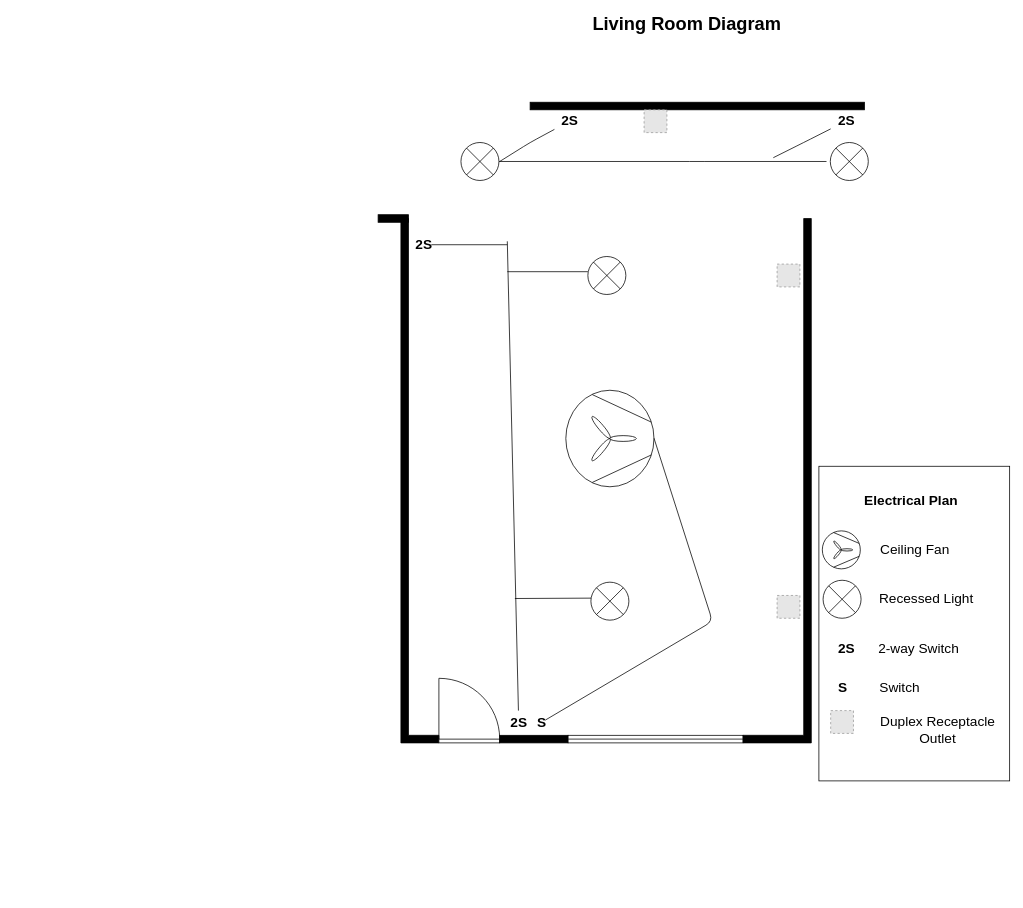
This is FL_FLOORPLAN.drawio from thyngontran/test, a draw.io file, before an edit. Source tidied: cells renumbered, new cells numbered last; positions are measured from the earlier drawing's top-left corner, leaving out a move shared by most shapes. Both pictures are drawn from the tidied source at 76%, with x=0, y=0 at pixel (378, 13). Pictures stored in the file or linked from it are replaced by grey dashed boxes.
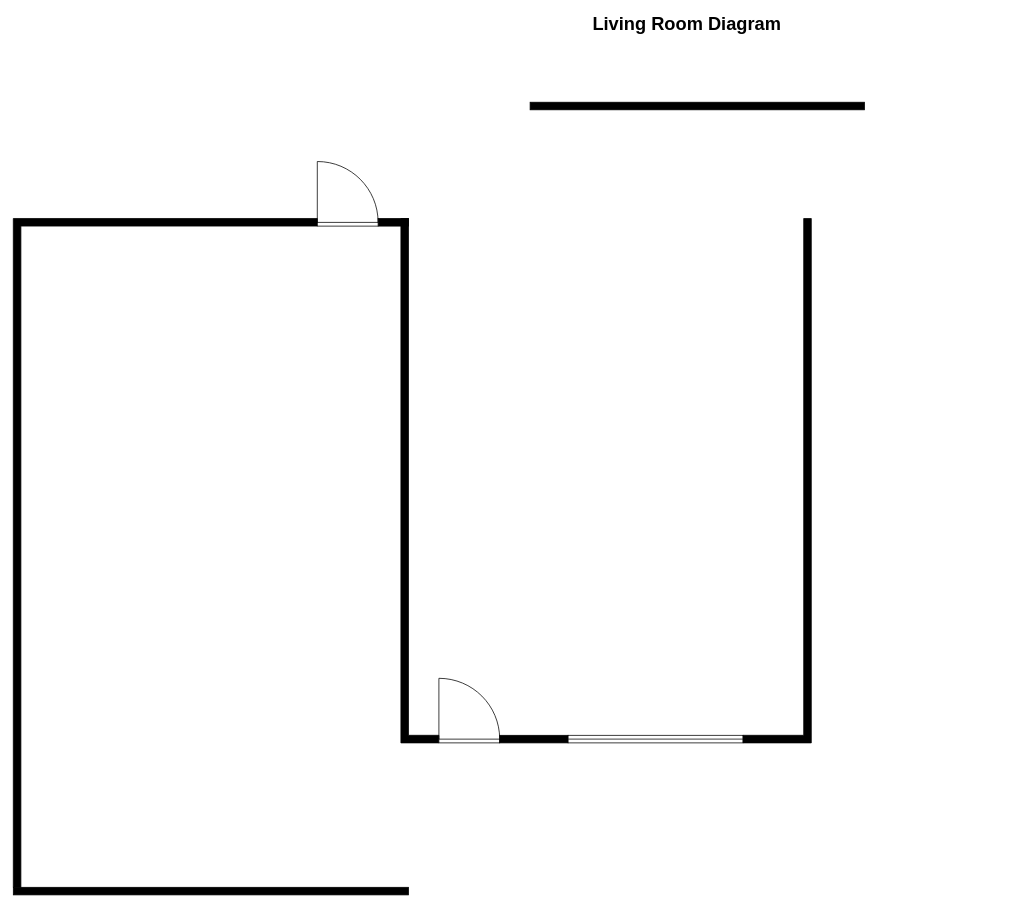
The same page after the edit.

The edit, as a diff of the source:
```diff
@@
-    <mxCell id="2" style="whiteSpace=wrap;html=1;fontSize=15;" parent="1" vertex="1">
-      <mxGeometry x="580" y="596" width="251" height="414" as="geometry" />
-    </mxCell>
@@
     <mxCell id="8" style="verticalLabelPosition=bottom;html=1;verticalAlign=top;align=center;shape=mxgraph.floorplan.wall;fillColor=#000000;" parent="1" vertex="1">
-      <mxGeometry y="265" width="40" height="10" as="geometry" />
+      <mxGeometry y="270" width="40" height="10" as="geometry" />
     </mxCell>
@@
-    <mxCell id="10" style="verticalLabelPosition=bottom;align=center;dashed=0;html=1;verticalAlign=top;shape=mxgraph.pid2misc.fan;fanType=common;" parent="1" vertex="1">
-      <mxGeometry x="247" y="496" width="116" height="127" as="geometry" />
-    </mxCell>
@@
-    <mxCell id="12" value="&lt;b style=&quot;font-size: 18px;&quot;&gt;&lt;font style=&quot;font-size: 18px;&quot;&gt;Electrical Plan&lt;br style=&quot;font-size: 18px;&quot;&gt;&lt;/font&gt;&lt;/b&gt;" style="text;html=1;align=center;verticalAlign=middle;fillColor=none;strokeColor=none;rounded=0;fontSize=18;" parent="1" vertex="1">
-      <mxGeometry x="610.5" y="626" width="180" height="30" as="geometry" />
-    </mxCell>
-    <mxCell id="13" value="&lt;span style=&quot;font-size: 18px&quot;&gt;&lt;font style=&quot;font-size: 18px&quot;&gt;Ceiling Fan&lt;br style=&quot;font-size: 18px&quot;&gt;&lt;/font&gt;&lt;/span&gt;" style="text;html=1;align=center;verticalAlign=middle;fillColor=none;strokeColor=none;rounded=0;fontSize=18;fontStyle=0;" parent="1" vertex="1">
-      <mxGeometry x="650.5" y="691" width="110" height="30" as="geometry" />
-    </mxCell>
-    <mxCell id="14" style="verticalLabelPosition=bottom;align=center;dashed=0;html=1;verticalAlign=top;shape=mxgraph.pid2misc.fan;fanType=common;" parent="1" vertex="1">
-      <mxGeometry x="584.5" y="681" width="50" height="50" as="geometry" />
-    </mxCell>
-    <mxCell id="15" value="&lt;span style=&quot;font-size: 18px&quot;&gt;&lt;font style=&quot;font-size: 18px&quot;&gt;Recessed Light&lt;br style=&quot;font-size: 18px&quot;&gt;&lt;/font&gt;&lt;/span&gt;" style="text;html=1;align=center;verticalAlign=middle;fillColor=none;strokeColor=none;rounded=0;fontSize=18;fontStyle=0;" parent="1" vertex="1">
-      <mxGeometry x="650.5" y="756" width="140" height="30" as="geometry" />
-    </mxCell>
-    <mxCell id="16" value="&lt;span style=&quot;font-size: 18px&quot;&gt;&lt;font style=&quot;font-size: 18px&quot;&gt;2-way Switch&lt;br style=&quot;font-size: 18px&quot;&gt;&lt;/font&gt;&lt;/span&gt;" style="text;html=1;align=center;verticalAlign=middle;fillColor=none;strokeColor=none;rounded=0;fontSize=18;fontStyle=0;" parent="1" vertex="1">
-      <mxGeometry x="650.5" y="821" width="120" height="30" as="geometry" />
-    </mxCell>
-    <mxCell id="17" value="&lt;span style=&quot;font-size: 18px&quot;&gt;&lt;font style=&quot;font-size: 18px&quot;&gt;Switch&lt;br style=&quot;font-size: 18px&quot;&gt;&lt;/font&gt;&lt;/span&gt;" style="text;html=1;align=center;verticalAlign=middle;fillColor=none;strokeColor=none;rounded=0;fontSize=18;fontStyle=0;" parent="1" vertex="1">
-      <mxGeometry x="650.5" y="873" width="70" height="30" as="geometry" />
-    </mxCell>
-    <mxCell id="18" style="verticalLabelPosition=bottom;shadow=0;dashed=0;align=center;fillColor=#ffffff;html=1;verticalAlign=top;strokeWidth=1;shape=mxgraph.electrical.abstract.multiplier;fontSize=18;" parent="1" vertex="1">
-      <mxGeometry x="109" y="170" width="50" height="50" as="geometry" />
-    </mxCell>
-    <mxCell id="19" style="verticalLabelPosition=bottom;shadow=0;dashed=0;align=center;fillColor=#ffffff;html=1;verticalAlign=top;strokeWidth=1;shape=mxgraph.electrical.abstract.multiplier;fontSize=18;" parent="1" vertex="1">
-      <mxGeometry x="595" y="170" width="50" height="50" as="geometry" />
-    </mxCell>
-    <mxCell id="20" value="&lt;span style=&quot;font-size: 18px&quot;&gt;&lt;font style=&quot;font-size: 18px&quot;&gt;Duplex Receptacle&lt;br&gt;Outlet&lt;br style=&quot;font-size: 18px&quot;&gt;&lt;/font&gt;&lt;/span&gt;" style="text;html=1;align=center;verticalAlign=middle;fillColor=none;strokeColor=none;rounded=0;fontSize=18;fontStyle=0;" parent="1" vertex="1">
-      <mxGeometry x="650.5" y="917.5" width="170" height="50" as="geometry" />
-    </mxCell>
-    <mxCell id="21" style="verticalLabelPosition=bottom;shadow=0;dashed=0;align=center;fillColor=#ffffff;html=1;verticalAlign=top;strokeWidth=1;shape=mxgraph.electrical.abstract.multiplier;fontSize=18;" parent="1" vertex="1">
-      <mxGeometry x="585.5" y="746" width="50" height="50" as="geometry" />
-    </mxCell>
-    <mxCell id="22" value="&lt;span style=&quot;font-size: 18px&quot;&gt;&lt;font style=&quot;font-size: 18px&quot;&gt;&lt;b&gt;S&lt;/b&gt;&lt;br style=&quot;font-size: 18px&quot;&gt;&lt;/font&gt;&lt;/span&gt;" style="text;html=1;align=center;verticalAlign=middle;fillColor=none;strokeColor=none;rounded=0;fontSize=18;fontStyle=0;" parent="1" vertex="1">
-      <mxGeometry x="595.5" y="873" width="30" height="30" as="geometry" />
-    </mxCell>
-    <mxCell id="23" value="&lt;span style=&quot;font-size: 18px&quot;&gt;&lt;font style=&quot;font-size: 18px&quot;&gt;&lt;b&gt;2S&lt;/b&gt;&lt;br style=&quot;font-size: 18px&quot;&gt;&lt;/font&gt;&lt;/span&gt;" style="text;html=1;align=center;verticalAlign=middle;points=[];fillColor=none;strokeColor=none;rounded=0;fontSize=18;fontStyle=0;" parent="1" vertex="1">
-      <mxGeometry x="232" y="127" width="40" height="30" as="geometry" />
-    </mxCell>
-    <mxCell id="24" value="&lt;span style=&quot;font-size: 18px&quot;&gt;&lt;font style=&quot;font-size: 18px&quot;&gt;&lt;b&gt;2S&lt;/b&gt;&lt;br style=&quot;font-size: 18px&quot;&gt;&lt;/font&gt;&lt;/span&gt;" style="text;html=1;align=center;verticalAlign=middle;fillColor=none;strokeColor=none;rounded=0;fontSize=18;fontStyle=0;" parent="1" vertex="1">
-      <mxGeometry x="40" y="290" width="40" height="30" as="geometry" />
-    </mxCell>
-    <mxCell id="25" style="endArrow=none;html=1;strokeColor=#000000;strokeWidth=1;fontSize=15;" parent="1" edge="1">
-      <mxGeometry relative="1" as="geometry">
-        <mxPoint x="180" y="770" as="sourcePoint" />
-        <mxPoint x="285" y="769.5" as="targetPoint" />
-      </mxGeometry>
-    </mxCell>
-    <mxCell id="26" style="endArrow=none;html=1;strokeColor=#000000;strokeWidth=1;fontSize=15;" parent="1" edge="1" source="23">
-      <mxGeometry relative="1" as="geometry">
-        <mxPoint x="160" y="195" as="targetPoint" />
-        <Array as="points">
-          <mxPoint x="200" y="170" />
-        </Array>
-      </mxGeometry>
-    </mxCell>
-    <mxCell id="27" style="endArrow=none;html=1;strokeColor=#000000;strokeWidth=1;fontSize=15;entryX=1;entryY=0.5;entryDx=0;entryDy=0;entryPerimeter=0;" parent="1" edge="1" target="18">
-      <mxGeometry relative="1" as="geometry">
-        <mxPoint x="590" y="195" as="sourcePoint" />
-        <Array as="points">
-          <mxPoint x="420" y="195" />
-        </Array>
-      </mxGeometry>
-    </mxCell>
-    <mxCell id="28" style="fillColor=#E6E6E6;strokeColor=#999999;dashed=1;html=1;verticalAlign=top;verticalLabelPosition=bottom;labelBackgroundColor=#ffffff;fontSize=15;" parent="1" vertex="1">
-      <mxGeometry x="350" y="127" width="30" height="30" as="geometry" />
-    </mxCell>
-    <mxCell id="29" style="fillColor=#E6E6E6;strokeColor=#999999;dashed=1;html=1;verticalAlign=top;verticalLabelPosition=bottom;labelBackgroundColor=#ffffff;fontSize=15;" parent="1" vertex="1">
-      <mxGeometry x="595.5" y="917.5" width="30" height="30" as="geometry" />
-    </mxCell>
-    <mxCell id="30" style="verticalLabelPosition=bottom;shadow=0;dashed=0;align=center;fillColor=#ffffff;html=1;verticalAlign=top;strokeWidth=1;shape=mxgraph.electrical.abstract.multiplier;fontSize=18;" parent="1" vertex="1">
-      <mxGeometry x="276" y="320" width="50" height="50" as="geometry" />
-    </mxCell>
-    <mxCell id="31" style="verticalLabelPosition=bottom;shadow=0;dashed=0;align=center;fillColor=#ffffff;html=1;verticalAlign=top;strokeWidth=1;shape=mxgraph.electrical.abstract.multiplier;fontSize=18;" parent="1" vertex="1">
-      <mxGeometry x="280" y="748.5" width="50" height="50" as="geometry" />
-    </mxCell>
-    <mxCell id="32" value="&lt;span style=&quot;font-size: 18px&quot;&gt;&lt;font style=&quot;font-size: 18px&quot;&gt;&lt;b&gt;2S&lt;/b&gt;&lt;br style=&quot;font-size: 18px&quot;&gt;&lt;/font&gt;&lt;/span&gt;" style="text;html=1;align=center;verticalAlign=middle;fillColor=none;strokeColor=none;rounded=0;fontSize=18;fontStyle=0;" parent="1" vertex="1">
-      <mxGeometry x="595.5" y="821" width="40" height="30" as="geometry" />
-    </mxCell>
-    <mxCell id="33" value="&lt;span style=&quot;font-size: 18px&quot;&gt;&lt;font style=&quot;font-size: 18px&quot;&gt;&lt;b&gt;2S&lt;/b&gt;&lt;br style=&quot;font-size: 18px&quot;&gt;&lt;/font&gt;&lt;/span&gt;" style="text;html=1;align=center;verticalAlign=middle;points=[];fillColor=none;strokeColor=none;rounded=0;fontSize=18;fontStyle=0;" parent="1" vertex="1">
-      <mxGeometry x="165" y="917.5" width="40" height="30" as="geometry" />
-    </mxCell>
-    <mxCell id="34" value="&lt;span style=&quot;font-size: 18px&quot;&gt;&lt;font style=&quot;font-size: 18px&quot;&gt;&lt;b&gt;S&lt;/b&gt;&lt;br style=&quot;font-size: 18px&quot;&gt;&lt;/font&gt;&lt;/span&gt;" style="text;html=1;align=center;verticalAlign=middle;points=[];fillColor=none;strokeColor=none;rounded=0;fontSize=18;fontStyle=0;" parent="1" vertex="1">
-      <mxGeometry x="200" y="917.5" width="30" height="30" as="geometry" />
-    </mxCell>
-    <mxCell id="35" style="endArrow=none;html=1;strokeColor=#000000;strokeWidth=1;fontSize=15;" parent="1" edge="1">
-      <mxGeometry relative="1" as="geometry">
-        <mxPoint x="170" y="340" as="sourcePoint" />
-        <mxPoint x="276" y="340" as="targetPoint" />
-      </mxGeometry>
-    </mxCell>
-    <mxCell id="36" style="endArrow=none;html=1;strokeColor=#000000;strokeWidth=1;fontSize=15;" parent="1" edge="1">
-      <mxGeometry relative="1" as="geometry">
-        <mxPoint x="70" y="304.5" as="sourcePoint" />
-        <mxPoint x="170" y="304.5" as="targetPoint" />
-      </mxGeometry>
-    </mxCell>
-    <mxCell id="37" style="endArrow=none;html=1;strokeColor=#000000;strokeWidth=1;fontSize=15;" parent="1" edge="1" target="33">
-      <mxGeometry relative="1" as="geometry">
-        <mxPoint x="170" y="300" as="sourcePoint" />
-      </mxGeometry>
-    </mxCell>
-    <mxCell id="38" style="endArrow=none;html=1;strokeColor=#000000;strokeWidth=1;fontSize=15;entryX=0.667;entryY=0.417;entryDx=0;entryDy=0;entryPerimeter=0;" parent="1" edge="1" target="34">
-      <mxGeometry relative="1" as="geometry">
-        <mxPoint x="363" y="559" as="sourcePoint" />
-        <Array as="points">
-          <mxPoint x="440" y="800" />
-        </Array>
-      </mxGeometry>
-    </mxCell>
-    <mxCell id="39" value="&lt;span style=&quot;font-size: 18px&quot;&gt;&lt;font style=&quot;font-size: 18px&quot;&gt;&lt;b&gt;2S&lt;/b&gt;&lt;br style=&quot;font-size: 18px&quot;&gt;&lt;/font&gt;&lt;/span&gt;" style="text;html=1;align=center;verticalAlign=middle;points=[];fillColor=none;strokeColor=none;rounded=0;fontSize=18;fontStyle=0;" parent="1" vertex="1">
-      <mxGeometry x="595.5" y="127" width="40" height="30" as="geometry" />
-    </mxCell>
-    <mxCell id="40" style="endArrow=none;html=1;strokeColor=#000000;strokeWidth=1;fontSize=15;" parent="1" edge="1" source="39">
-      <mxGeometry relative="1" as="geometry">
-        <mxPoint x="520" y="190" as="targetPoint" />
-        <Array as="points">
-          <mxPoint x="560" y="170" />
-        </Array>
-      </mxGeometry>
-    </mxCell>
-    <mxCell id="41" style="fillColor=#E6E6E6;strokeColor=#999999;dashed=1;html=1;verticalAlign=top;verticalLabelPosition=bottom;labelBackgroundColor=#ffffff;fontSize=15;" parent="1" vertex="1">
-      <mxGeometry x="525" y="330" width="30" height="30" as="geometry" />
-    </mxCell>
-    <mxCell id="42" style="fillColor=#E6E6E6;strokeColor=#999999;dashed=1;html=1;verticalAlign=top;verticalLabelPosition=bottom;labelBackgroundColor=#ffffff;fontSize=15;" parent="1" vertex="1">
-      <mxGeometry x="525" y="766" width="30" height="30" as="geometry" />
-    </mxCell>
+    <mxCell id="43" style="verticalLabelPosition=bottom;html=1;verticalAlign=top;align=center;shape=mxgraph.floorplan.wall;fillColor=#000000;" parent="1" vertex="1">
+      <mxGeometry x="-480" y="1150" width="520" height="10" as="geometry" />
+    </mxCell>
+    <mxCell id="44" style="verticalLabelPosition=bottom;html=1;verticalAlign=top;align=center;shape=mxgraph.floorplan.wallCorner;fillColor=#000000;" parent="1" vertex="1">
+      <mxGeometry x="-480" y="270" width="400" height="880" as="geometry" />
+    </mxCell>
+    <mxCell id="45" style="verticalLabelPosition=bottom;html=1;verticalAlign=top;align=center;shape=mxgraph.floorplan.doorRight;rotation=180;" parent="1" vertex="1">
+      <mxGeometry x="-80" y="195" width="80" height="85" as="geometry" />
+    </mxCell>
```
